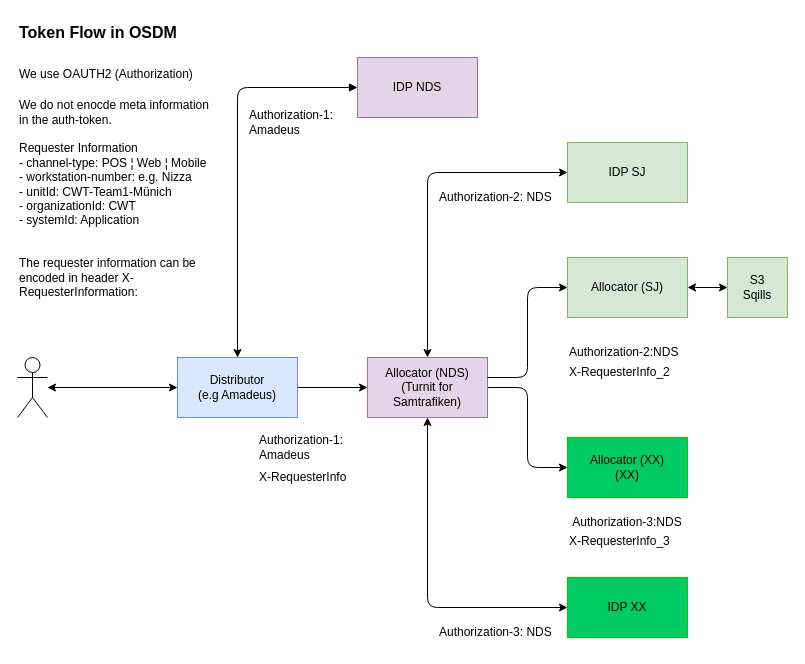
This is images/deployment/TokenFlowOSDM.drawio from UnionInternationalCheminsdeFer/OSDM, a draw.io file, before an edit. Source tidied: cells renumbered, new cells numbered last; positions are measured from the earlier drawing's top-left corner, leaving out a move shared by most shapes. Both pictures are drawn from the tidied source at 100%, with x=0, y=0 at pixel (17, 17).
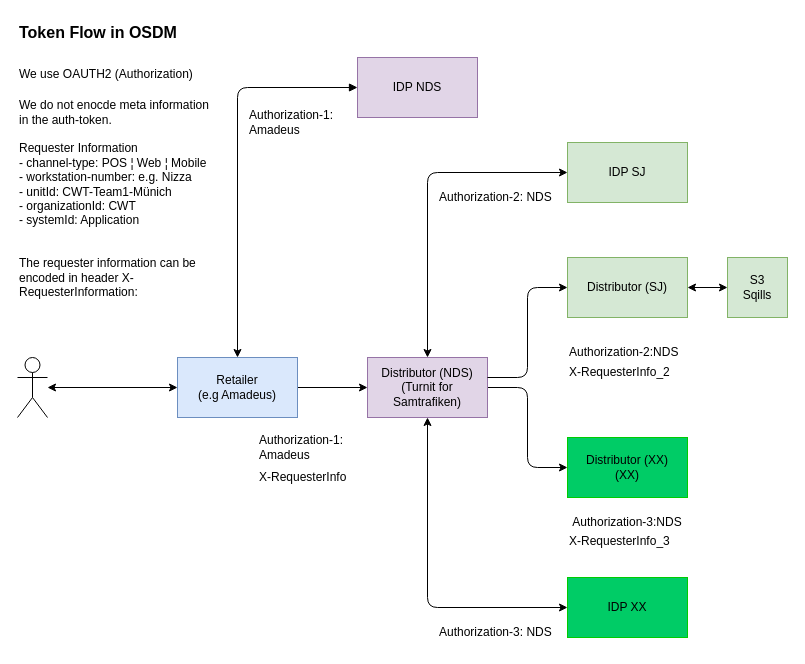
The same page after the edit.

What changed in the source:
```diff
@@
-    <mxCell id="3" value="Distributor&lt;br&gt;(e.g Amadeus)" style="rounded=0;whiteSpace=wrap;html=1;fillColor=#dae8fc;strokeColor=#6c8ebf;" parent="1" vertex="1">
+    <mxCell id="3" value="Retailer&lt;br&gt;(e.g Amadeus)" style="rounded=0;whiteSpace=wrap;html=1;fillColor=#dae8fc;strokeColor=#6c8ebf;" parent="1" vertex="1">
       <mxGeometry x="160" y="340" width="120" height="60" as="geometry" />
     </mxCell>
@@
-    <mxCell id="6" value="Allocator (NDS)&lt;br&gt;(Turnit for Samtrafiken)" style="rounded=0;whiteSpace=wrap;html=1;fillColor=#e1d5e7;strokeColor=#9673a6;" parent="1" vertex="1">
+    <mxCell id="6" value="Distributor (NDS)&lt;br&gt;(Turnit for Samtrafiken)" style="rounded=0;whiteSpace=wrap;html=1;fillColor=#e1d5e7;strokeColor=#9673a6;" parent="1" vertex="1">
       <mxGeometry x="350" y="340" width="120" height="60" as="geometry" />
     </mxCell>
@@
-    <mxCell id="8" value="Allocator (SJ)" style="rounded=0;whiteSpace=wrap;html=1;fillColor=#d5e8d4;strokeColor=#82b366;" parent="1" vertex="1">
+    <mxCell id="8" value="Distributor (SJ)" style="rounded=0;whiteSpace=wrap;html=1;fillColor=#d5e8d4;strokeColor=#82b366;" parent="1" vertex="1">
       <mxGeometry x="550" y="240" width="120" height="60" as="geometry" />
     </mxCell>
@@
-    <mxCell id="16" value="Allocator (XX)&lt;br&gt;(XX)" style="rounded=0;whiteSpace=wrap;html=1;fillColor=#00CC66;strokeColor=#00CC00;" parent="1" vertex="1">
+    <mxCell id="16" value="Distributor (XX)&lt;br&gt;(XX)" style="rounded=0;whiteSpace=wrap;html=1;fillColor=#00CC66;strokeColor=#00CC00;" parent="1" vertex="1">
       <mxGeometry x="550" y="420" width="120" height="60" as="geometry" />
     </mxCell>
```
